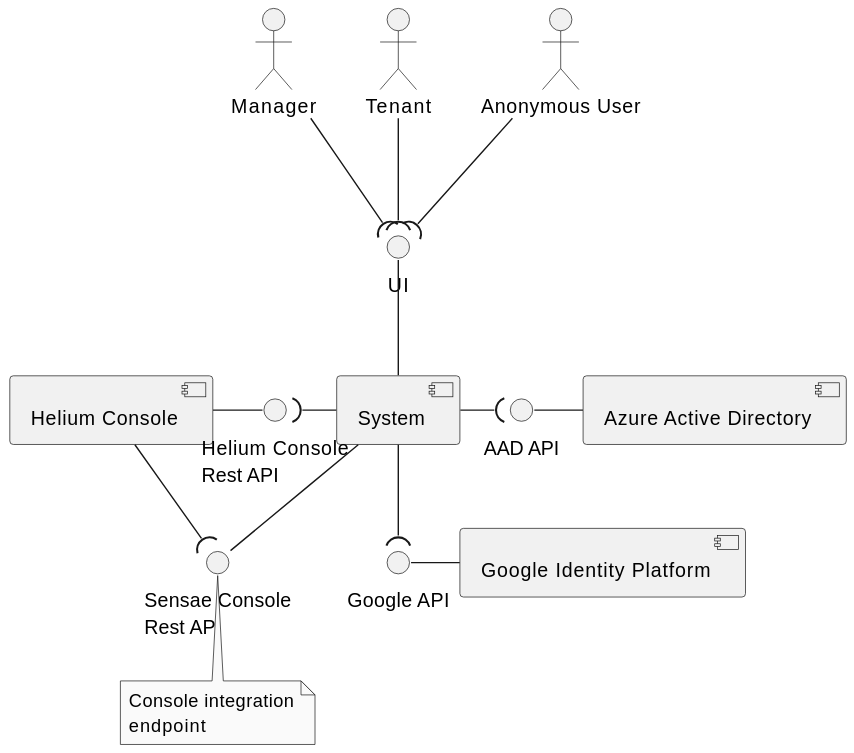
Before: docs/architecture/diagrams/logical/logical-view-level1.svg, a diagram exported from PlantUML (FilipeMCruz/sensae-console).
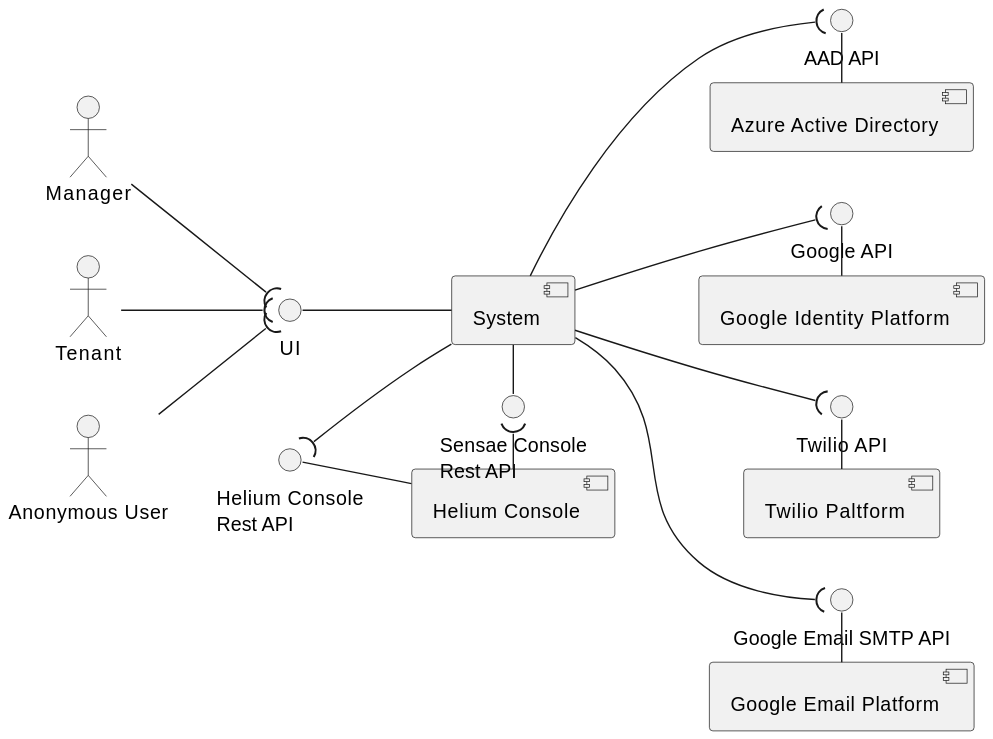
After the commit.

The edit, as a diff of the source:
```diff
@@ -1,4 +1,6 @@
 @startuml logical-view-level1
+
+left to right direction
 
 skinparam Monochrome true
 skinparam sequenceMessageAlign center
@@ -10,13 +12,18 @@
 [Azure Active Directory] as AAD
 [Google Identity Platform] as GIP
 
+[Twilio Paltform] as SMS
+[Google Email Platform] as EMAIL
+
 () "UI" as UI
 () "Helium Console\nRest API" as OUT_ENDPOINT
 () "Sensae Console\nRest API" as IN_ENDPOINT
-note bottom: Console integration\nendpoint
 
 () "AAD API" as AZURE_ENDPOINT
 () "Google API" as GOOGLE_ENDPOINT
+
+() "Twilio API" as SMS_ENDPOINT
+() "Google Email SMTP API" as EMAIL_ENDPOINT
 
 actor "Manager" as Client
 actor "Tenant" as Tenant
@@ -27,14 +34,19 @@
 Anonymous --( UI
 
 UI -- S
-S -- IN_ENDPOINT
-HC - OUT_ENDPOINT
-S -( AZURE_ENDPOINT
+S - IN_ENDPOINT
+OUT_ENDPOINT -- HC
+S --( AZURE_ENDPOINT
 S --( GOOGLE_ENDPOINT
+S --( EMAIL_ENDPOINT
+S --( SMS_ENDPOINT
 
 IN_ENDPOINT )- HC
 OUT_ENDPOINT )- S
 AZURE_ENDPOINT - AAD
 GOOGLE_ENDPOINT - GIP
 
+SMS_ENDPOINT - SMS
+EMAIL_ENDPOINT - EMAIL
+
 @enduml
```
